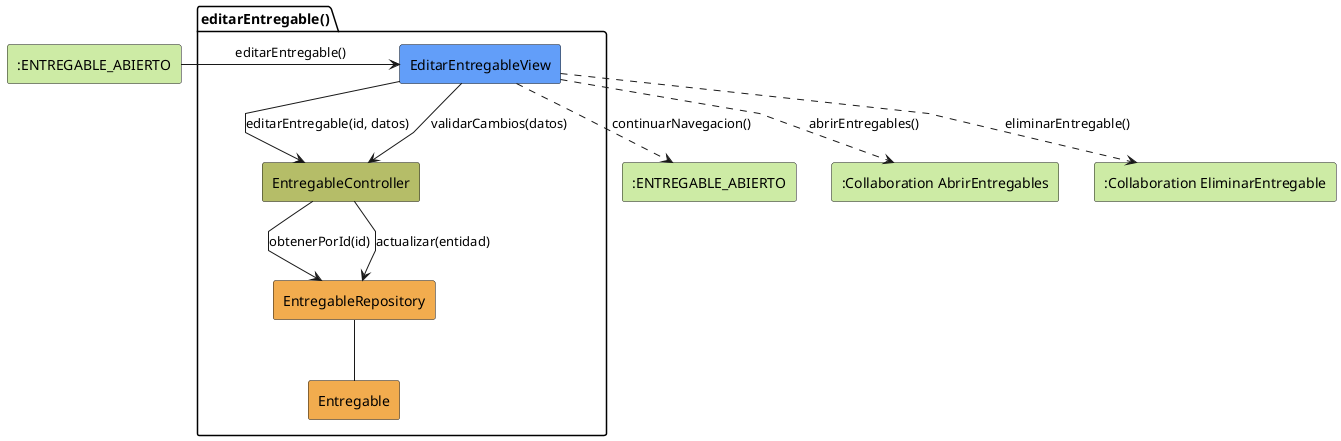
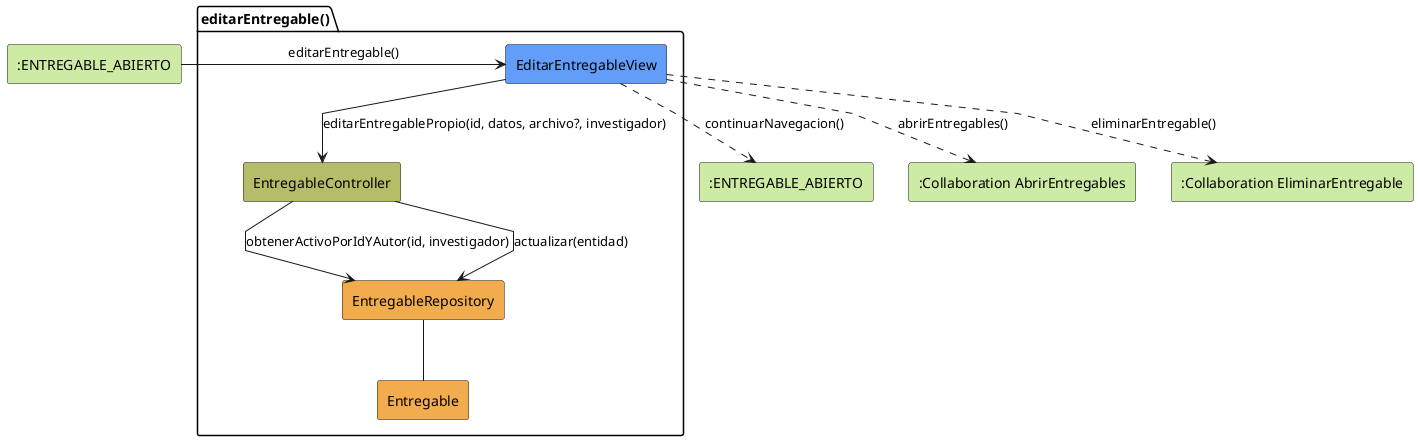
@startuml editarEntregable-analisis
skinparam linetype polyline

rectangle #CDEBA5 ":ENTREGABLE_ABIERTO" as EstadoEntrada
package editarEntregable as "editarEntregable()" {
    rectangle #629EF9 EditarEntregableView
    rectangle #b5bd68 EntregableController
    rectangle #F2AC4E EntregableRepository
    rectangle #F2AC4E Entregable
}

rectangle #CDEBA5 ":ENTREGABLE_ABIERTO" as EstadoSalida
rectangle #CDEBA5 ":Collaboration AbrirEntregables" as AbrirEntregables
rectangle #CDEBA5 ":Collaboration EliminarEntregable" as EliminarEntregable

EstadoEntrada -r-> EditarEntregableView: editarEntregable()

- EditarEntregableView -d-> EntregableController: editarEntregable(id, datos)
- EditarEntregableView --> EntregableController: validarCambios(datos)
- EntregableController --> EntregableRepository: obtenerPorId(id)
+ EditarEntregableView -d-> EntregableController: editarEntregablePropio(id, datos, archivo?, investigador)
+ EntregableController --> EntregableRepository: obtenerActivoPorIdYAutor(id, investigador)
EntregableController --> EntregableRepository: actualizar(entidad)
EntregableRepository -- Entregable
EditarEntregableView ..> EstadoSalida: continuarNavegacion()
EditarEntregableView ..> AbrirEntregables: abrirEntregables()
EditarEntregableView ..> EliminarEntregable: eliminarEntregable()

@enduml
